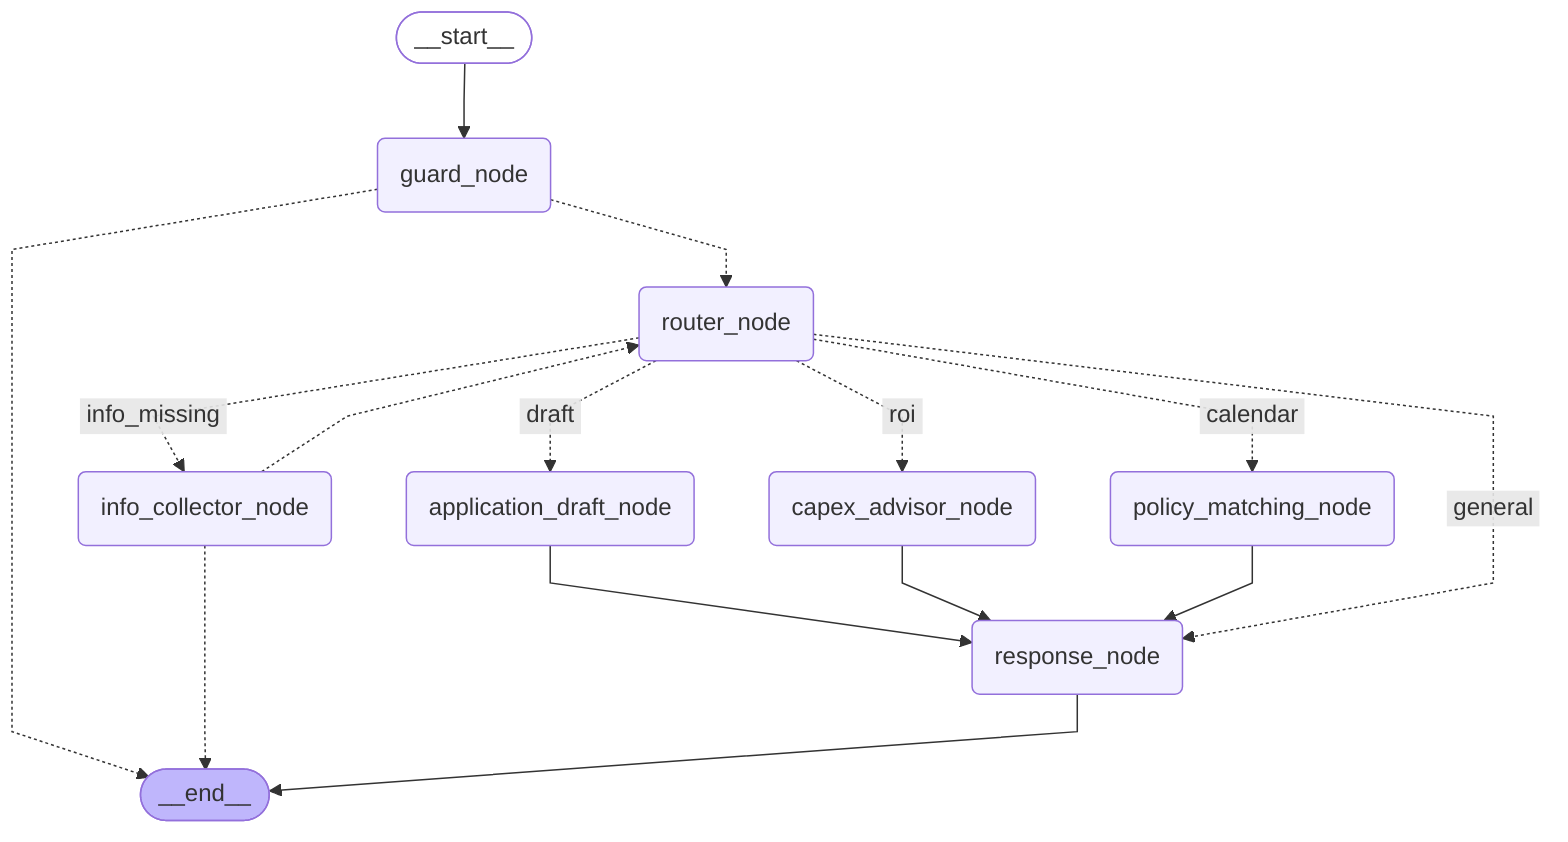
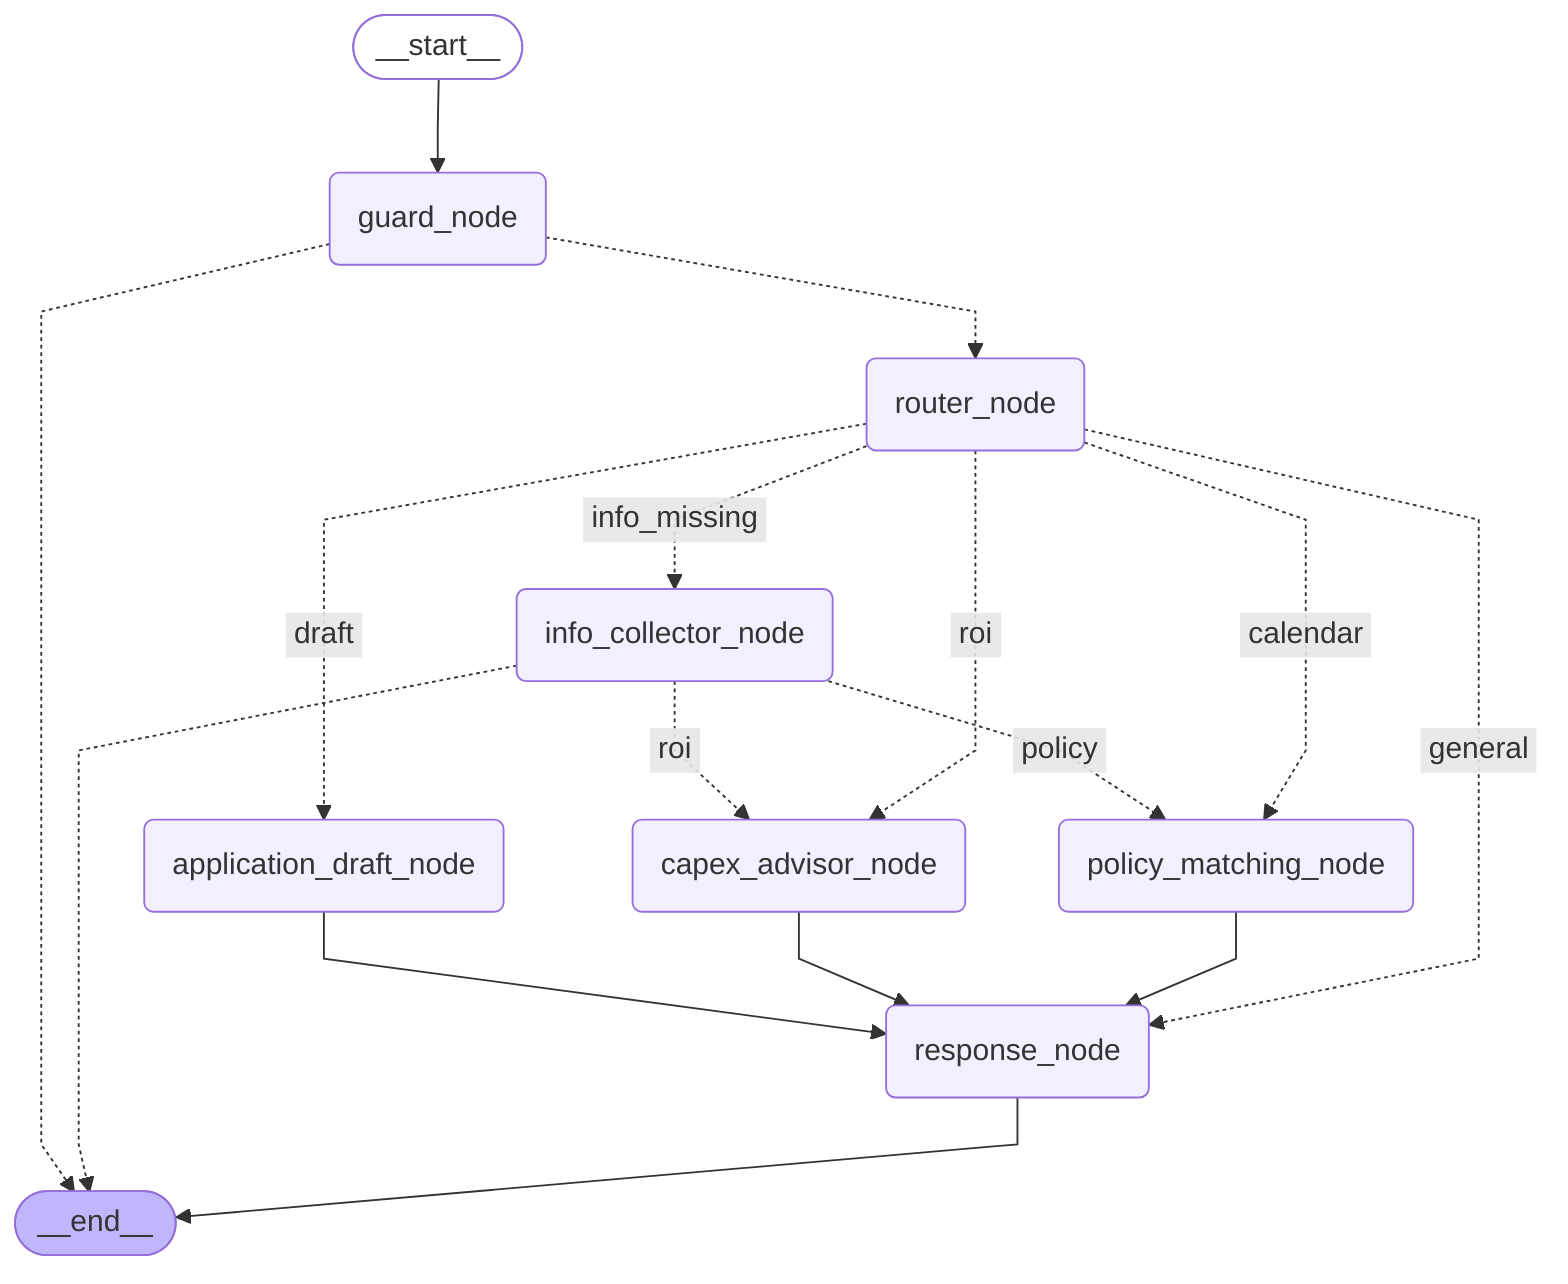
---
config:
  flowchart:
    curve: linear
---
graph TD;
	__start__([<p>__start__</p>]):::first
	guard_node(guard_node)
	router_node(router_node)
	info_collector_node(info_collector_node)
	capex_advisor_node(capex_advisor_node)
	policy_matching_node(policy_matching_node)
	application_draft_node(application_draft_node)
	response_node(response_node)
	__end__([<p>__end__</p>]):::last
	__start__ --> guard_node;
	application_draft_node --> response_node;
	capex_advisor_node --> response_node;
	guard_node -.-> __end__;
	guard_node -.-> router_node;
	info_collector_node -.-> __end__;
- 	info_collector_node -.-> router_node;
+ 	info_collector_node -. &nbsp;roi&nbsp; .-> capex_advisor_node;
+ 	info_collector_node -. &nbsp;policy&nbsp; .-> policy_matching_node;
	policy_matching_node --> response_node;
	router_node -. &nbsp;draft&nbsp; .-> application_draft_node;
	router_node -. &nbsp;roi&nbsp; .-> capex_advisor_node;
	router_node -. &nbsp;info_missing&nbsp; .-> info_collector_node;
	router_node -. &nbsp;calendar&nbsp; .-> policy_matching_node;
	router_node -. &nbsp;general&nbsp; .-> response_node;
	response_node --> __end__;
	classDef default fill:#f2f0ff,line-height:1.2
	classDef first fill-opacity:0
	classDef last fill:#bfb6fc
